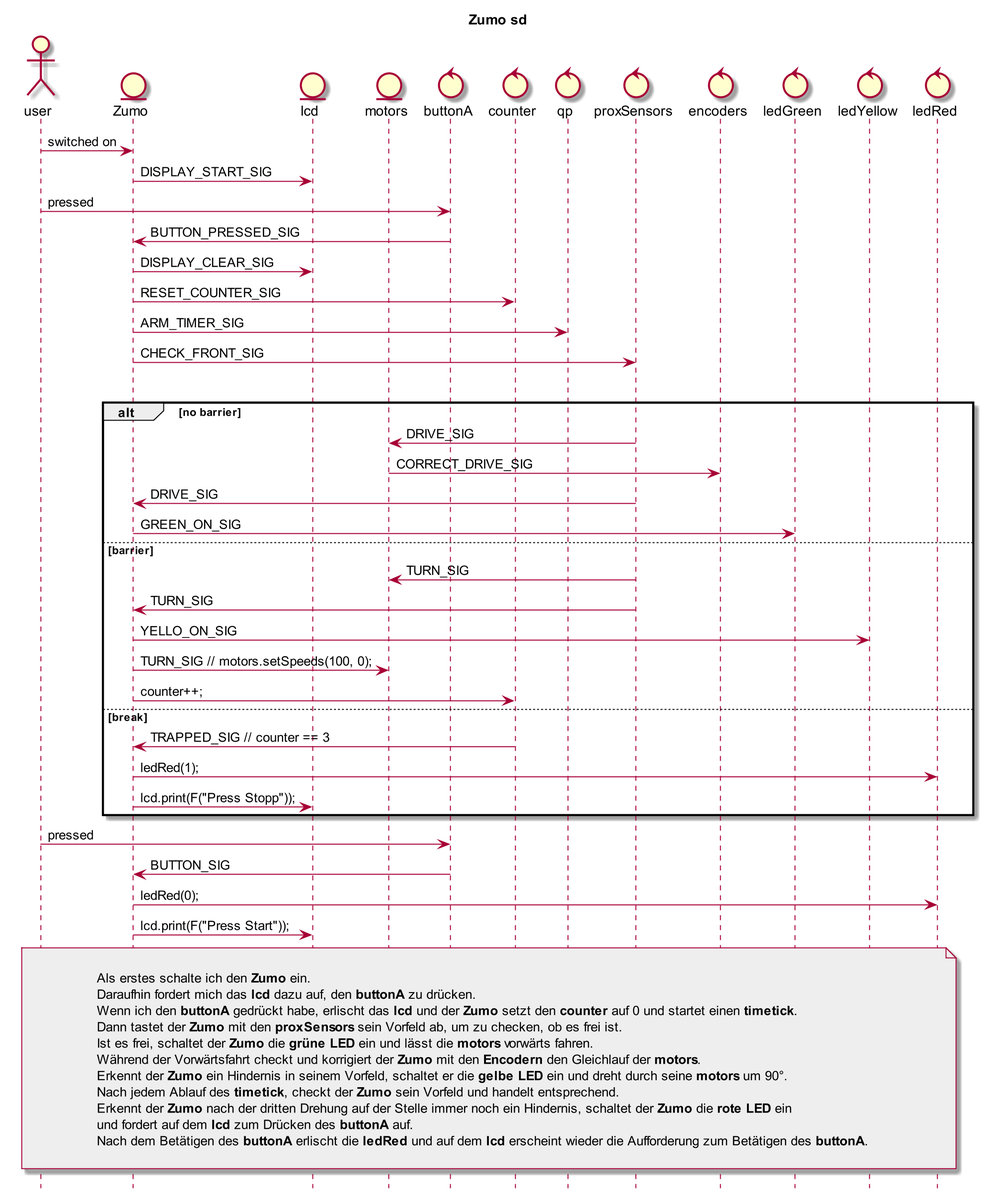
The PlantUML diagram Zumo/Zumo_SD.png in orje/Zumo_QM_QPnano, before a commit.
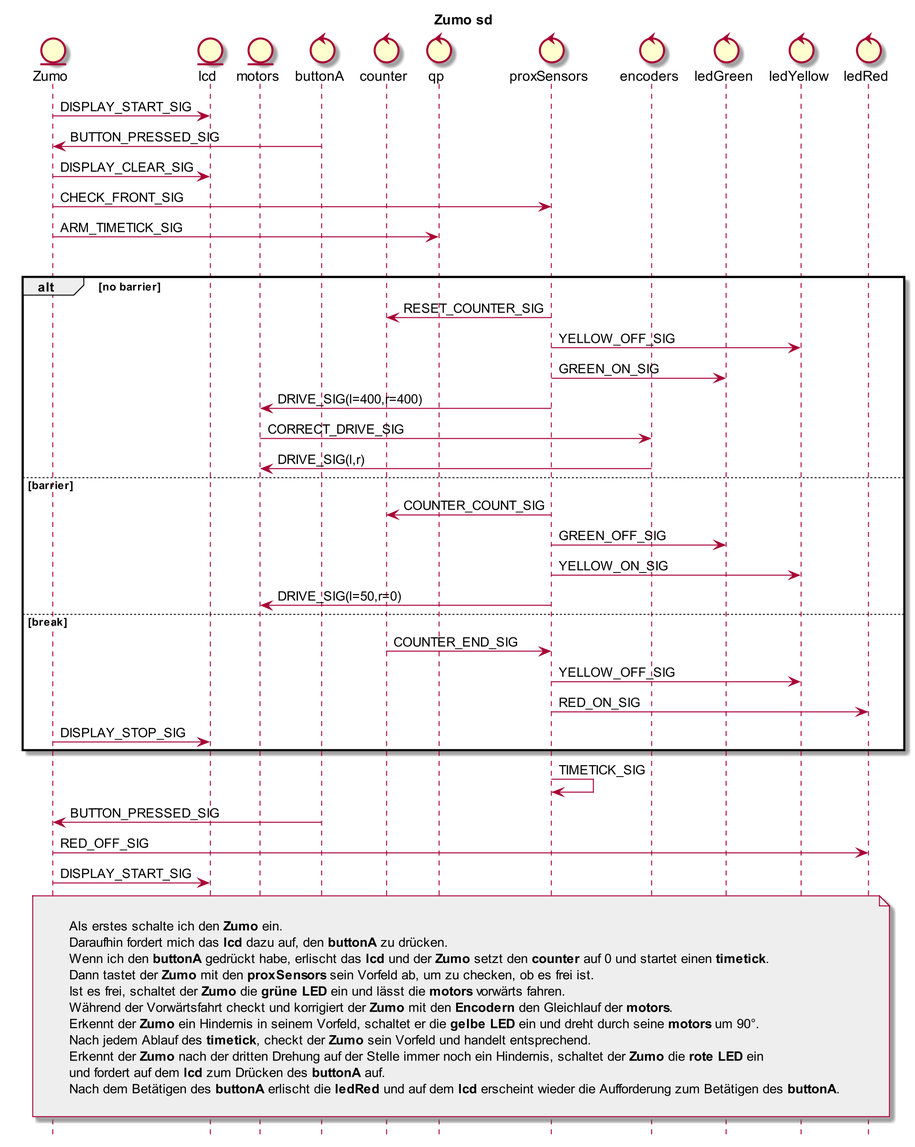
Above is the later version.

Change to the diagram source:
```diff
@@ -7,7 +7,6 @@
 title Zumo sd
 
 
-actor user
 entity Zumo
 entity lcd
 entity motors
@@ -21,43 +20,49 @@
 control ledRed
 
 
-user -> Zumo : switched on
+
 Zumo -> lcd : DISPLAY_START_SIG
 
-user -> buttonA : pressed
 buttonA -> Zumo : BUTTON_PRESSED_SIG
 Zumo -> lcd : DISPLAY_CLEAR_SIG
-Zumo -> counter : RESET_COUNTER_SIG
-Zumo -> qp : ARM_TIMER_SIG
 Zumo -> proxSensors : CHECK_FRONT_SIG
+Zumo -> qp : ARM_TIMETICK_SIG
 
 loop
+
 alt no barrier
-proxSensors -> motors : DRIVE_SIG
+proxSensors -> counter : RESET_COUNTER_SIG
+proxSensors -> ledYellow : YELLOW_OFF_SIG
+proxSensors -> ledGreen : GREEN_ON_SIG
+proxSensors -> motors : DRIVE_SIG(l=400,r=400)
+
 motors -> encoders : CORRECT_DRIVE_SIG
-proxSensors -> Zumo : DRIVE_SIG
-Zumo -> ledGreen : GREEN_ON_SIG
+encoders -> motors : DRIVE_SIG(l,r)
 
 else barrier
-proxSensors -> motors : TURN_SIG
-proxSensors -> Zumo : TURN_SIG
-Zumo -> ledYellow : YELLO_ON_SIG
-Zumo -> motors : TURN_SIG // motors.setSpeeds(100, 0);
-Zumo -> counter : counter++;
+proxSensors -> counter : COUNTER_COUNT_SIG
+proxSensors -> ledGreen : GREEN_OFF_SIG
+proxSensors -> ledYellow : YELLOW_ON_SIG
+proxSensors -> motors : DRIVE_SIG(l=50,r=0)
 
 else break
-counter -> Zumo : TRAPPED_SIG // counter == 3
-Zumo -> ledRed : ledRed(1);
-Zumo -> lcd : lcd.print(F("Press Stopp"));
+counter -> proxSensors : COUNTER_END_SIG
+proxSensors -> ledYellow : YELLOW_OFF_SIG
+proxSensors -> ledRed : RED_ON_SIG
+
+Zumo -> lcd : DISPLAY_STOP_SIG
+
 end
 
-user -> buttonA : pressed
-buttonA -> Zumo : BUTTON_SIG
-Zumo -> ledRed : ledRed(0);
-Zumo -> lcd : lcd.print(F("Press Start"));
+proxSensors -> proxSensors : TIMETICK_SIG
+
+buttonA -> Zumo : BUTTON_PRESSED_SIG
+Zumo -> ledRed : RED_OFF_SIG
+Zumo -> lcd : DISPLAY_START_SIG
 
 
-note over ledRed, user #EEEEEE
+
+note over ledRed, Zumo #EEEEEE
 
 Als erstes schalte ich den **Zumo** ein.
 Daraufhin fordert mich das **lcd** dazu auf, den **buttonA** zu drücken.
```
